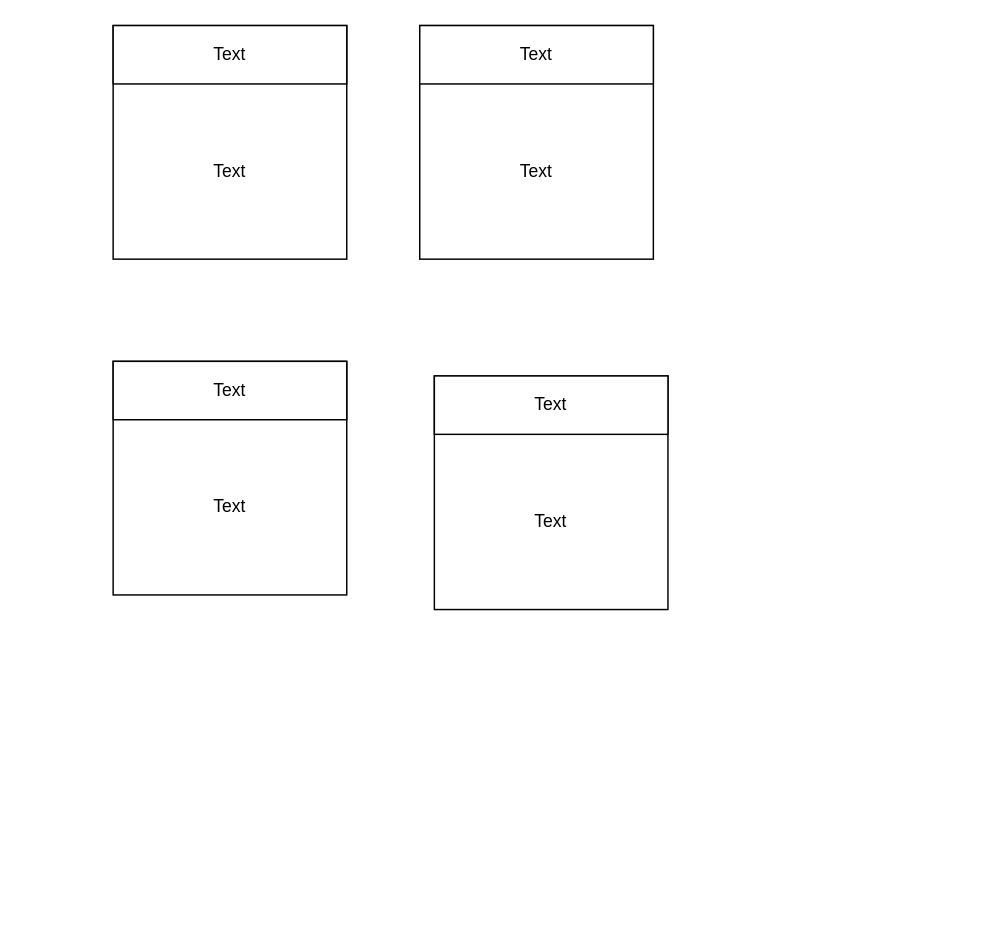
Earlier version of the draw.io diagram Sitemap/Site_map.drawio (TheTimidMew/Vefhonnun_verkefni_6). Source tidied: cells renumbered, new cells numbered last; positions are measured from the earlier drawing's top-left corner, leaving out a move shared by most shapes. Both pictures are drawn from the tidied source at 146%, with x=0, y=0 at pixel (112, 25).
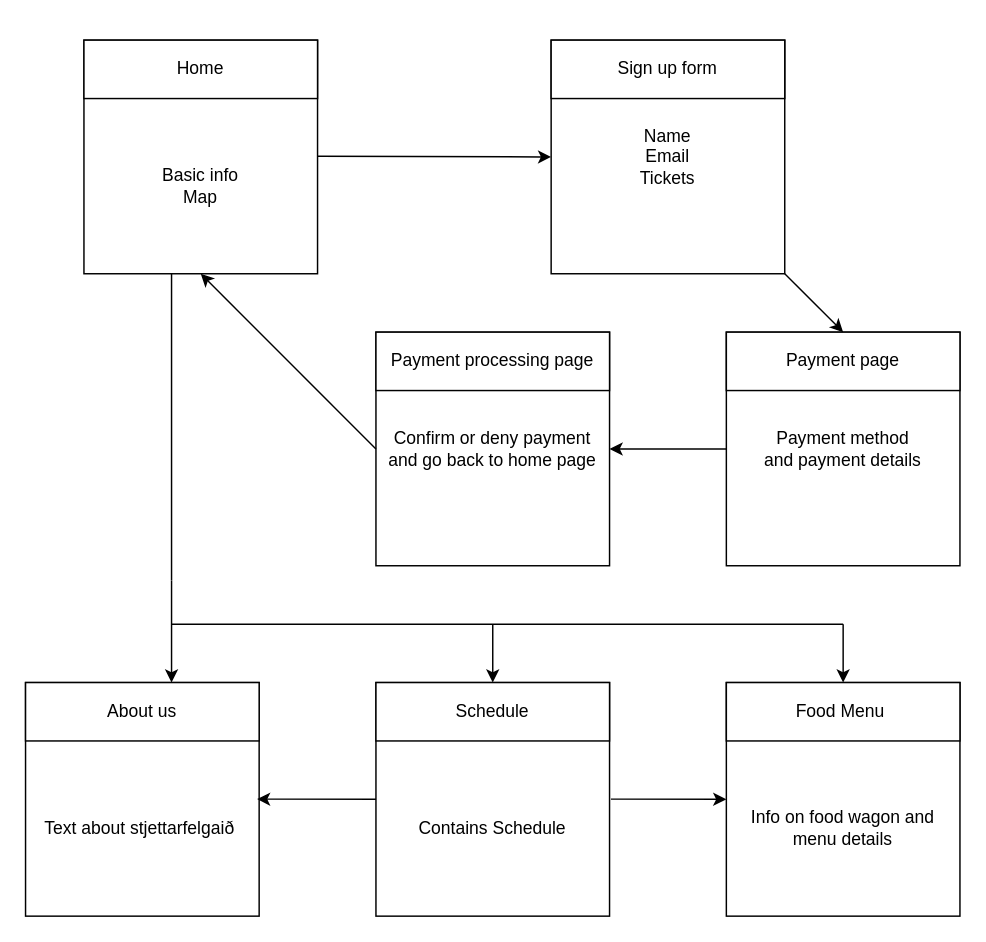
Above is the later version.

Change to the diagram source:
```diff
@@
     <mxCell id="2" style="whiteSpace=wrap;html=1;" parent="1" vertex="1">
-      <mxGeometry width="160" height="160" as="geometry" />
+      <mxGeometry x="-20" y="10" width="160" height="160" as="geometry" />
     </mxCell>
     <mxCell id="3" style="rounded=0;whiteSpace=wrap;html=1;" parent="1" vertex="1">
-      <mxGeometry width="160" height="40" as="geometry" />
+      <mxGeometry x="-20" y="10" width="160" height="40" as="geometry" />
     </mxCell>
-    <mxCell id="4" value="Text" style="text;html=1;align=center;verticalAlign=middle;whiteSpace=wrap;rounded=0;" parent="1" vertex="1">
-      <mxGeometry y="40" width="160" height="120" as="geometry" />
+    <mxCell id="4" value="Basic info&lt;div&gt;Map&lt;/div&gt;" style="text;html=1;align=center;verticalAlign=middle;whiteSpace=wrap;rounded=0;" parent="1" vertex="1">
+      <mxGeometry x="-20" y="50" width="160" height="120" as="geometry" />
     </mxCell>
-    <mxCell id="5" value="Text" style="text;html=1;align=center;verticalAlign=middle;whiteSpace=wrap;rounded=0;" parent="1" vertex="1">
-      <mxGeometry width="160" height="40" as="geometry" />
+    <mxCell id="5" value="Home" style="text;html=1;align=center;verticalAlign=middle;whiteSpace=wrap;rounded=0;" parent="1" vertex="1">
+      <mxGeometry x="-20" y="10" width="160" height="40" as="geometry" />
     </mxCell>
-    <mxCell id="6" style="whiteSpace=wrap;html=1;" parent="1" vertex="1">
-      <mxGeometry x="210" width="160" height="160" as="geometry" />
+    <mxCell id="6" value="Name&lt;div&gt;&lt;span style=&quot;background-color: transparent; color: light-dark(rgb(0, 0, 0), rgb(255, 255, 255));&quot;&gt;Email&lt;/span&gt;&lt;div&gt;&lt;div&gt;&lt;span style=&quot;background-color: transparent; color: light-dark(rgb(0, 0, 0), rgb(255, 255, 255));&quot;&gt;Tickets&lt;/span&gt;&lt;/div&gt;&lt;/div&gt;&lt;/div&gt;" style="whiteSpace=wrap;html=1;" parent="1" vertex="1">
+      <mxGeometry x="300" y="10" width="160" height="160" as="geometry" />
     </mxCell>
-    <mxCell id="7" style="rounded=0;whiteSpace=wrap;html=1;" parent="1" vertex="1">
-      <mxGeometry x="210" width="160" height="40" as="geometry" />
+    <mxCell id="7" value="Sign up form" style="rounded=0;whiteSpace=wrap;html=1;" parent="1" vertex="1">
+      <mxGeometry x="300" y="10" width="160" height="40" as="geometry" />
     </mxCell>
-    <mxCell id="8" value="Text" style="text;html=1;align=center;verticalAlign=middle;whiteSpace=wrap;rounded=0;" parent="1" vertex="1">
-      <mxGeometry x="210" y="40" width="160" height="120" as="geometry" />
-    </mxCell>
-    <mxCell id="9" value="Text" style="text;html=1;align=center;verticalAlign=middle;whiteSpace=wrap;rounded=0;" parent="1" vertex="1">
-      <mxGeometry x="210" width="160" height="40" as="geometry" />
-    </mxCell>
     <mxCell id="10" style="whiteSpace=wrap;html=1;" parent="1" vertex="1">
-      <mxGeometry y="230" width="160" height="160" as="geometry" />
+      <mxGeometry x="-60" y="450" width="160" height="160" as="geometry" />
     </mxCell>
     <mxCell id="11" style="rounded=0;whiteSpace=wrap;html=1;" parent="1" vertex="1">
-      <mxGeometry y="230" width="160" height="40" as="geometry" />
+      <mxGeometry x="-60" y="450" width="160" height="40" as="geometry" />
     </mxCell>
-    <mxCell id="12" value="Text" style="text;html=1;align=center;verticalAlign=middle;whiteSpace=wrap;rounded=0;" parent="1" vertex="1">
-      <mxGeometry y="270" width="160" height="120" as="geometry" />
+    <mxCell id="12" value="Text about stjettarfelgaið&amp;nbsp;" style="text;html=1;align=center;verticalAlign=middle;whiteSpace=wrap;rounded=0;" parent="1" vertex="1">
+      <mxGeometry x="-60" y="490" width="160" height="120" as="geometry" />
     </mxCell>
-    <mxCell id="13" value="Text" style="text;html=1;align=center;verticalAlign=middle;whiteSpace=wrap;rounded=0;" parent="1" vertex="1">
-      <mxGeometry y="230" width="160" height="40" as="geometry" />
+    <mxCell id="13" value="About us" style="text;html=1;align=center;verticalAlign=middle;whiteSpace=wrap;rounded=0;" parent="1" vertex="1">
+      <mxGeometry x="-60" y="450" width="160" height="40" as="geometry" />
     </mxCell>
     <mxCell id="14" style="whiteSpace=wrap;html=1;" parent="1" vertex="1">
-      <mxGeometry x="220" y="240" width="160" height="160" as="geometry" />
+      <mxGeometry x="180" y="450" width="160" height="160" as="geometry" />
     </mxCell>
     <mxCell id="15" style="rounded=0;whiteSpace=wrap;html=1;" parent="1" vertex="1">
-      <mxGeometry x="220" y="240" width="160" height="40" as="geometry" />
+      <mxGeometry x="180" y="450" width="160" height="40" as="geometry" />
     </mxCell>
-    <mxCell id="16" value="Text" style="text;html=1;align=center;verticalAlign=middle;whiteSpace=wrap;rounded=0;" parent="1" vertex="1">
-      <mxGeometry x="220" y="280" width="160" height="120" as="geometry" />
+    <mxCell id="16" value="Contains&amp;nbsp;Schedule" style="text;html=1;align=center;verticalAlign=middle;whiteSpace=wrap;rounded=0;" parent="1" vertex="1">
+      <mxGeometry x="180" y="490" width="160" height="120" as="geometry" />
     </mxCell>
-    <mxCell id="17" value="Text" style="text;html=1;align=center;verticalAlign=middle;whiteSpace=wrap;rounded=0;" parent="1" vertex="1">
-      <mxGeometry x="220" y="240" width="160" height="40" as="geometry" />
+    <mxCell id="17" value="Schedule" style="text;html=1;align=center;verticalAlign=middle;whiteSpace=wrap;rounded=0;" parent="1" vertex="1">
+      <mxGeometry x="180" y="450" width="160" height="40" as="geometry" />
     </mxCell>
+    <mxCell id="18" value="Payment method&lt;div&gt;and payment details&lt;/div&gt;" style="whiteSpace=wrap;html=1;" parent="1" vertex="1">
+      <mxGeometry x="420" y="210" width="160" height="160" as="geometry" />
+    </mxCell>
+    <mxCell id="19" value="Payment page" style="rounded=0;whiteSpace=wrap;html=1;" parent="1" vertex="1">
+      <mxGeometry x="420" y="210" width="160" height="40" as="geometry" />
+    </mxCell>
+    <mxCell id="20" value="Confirm or deny payment and go back to home page" style="whiteSpace=wrap;html=1;" parent="1" vertex="1">
+      <mxGeometry x="180" y="210" width="160" height="160" as="geometry" />
+    </mxCell>
+    <mxCell id="21" value="Payment processing page" style="rounded=0;whiteSpace=wrap;html=1;" parent="1" vertex="1">
+      <mxGeometry x="180" y="210" width="160" height="40" as="geometry" />
+    </mxCell>
+    <mxCell id="22" style="endArrow=classic;html=1;rounded=0;entryX=0;entryY=0.5;entryDx=0;entryDy=0;" parent="1" edge="1" target="6">
+      <mxGeometry relative="1" as="geometry">
+        <mxPoint x="140" y="89.5" as="sourcePoint" />
+      </mxGeometry>
+    </mxCell>
+    <mxCell id="23" style="endArrow=classic;html=1;rounded=0;entryX=0.5;entryY=0;entryDx=0;entryDy=0;" parent="1" edge="1" target="19">
+      <mxGeometry relative="1" as="geometry">
+        <mxPoint x="460" y="170" as="sourcePoint" />
+      </mxGeometry>
+    </mxCell>
+    <mxCell id="24" style="endArrow=classic;html=1;rounded=0;entryX=1;entryY=0.5;entryDx=0;entryDy=0;" parent="1" edge="1" target="20">
+      <mxGeometry relative="1" as="geometry">
+        <mxPoint x="420" y="290" as="sourcePoint" />
+      </mxGeometry>
+    </mxCell>
+    <mxCell id="25" style="endArrow=classic;html=1;rounded=0;entryX=0.5;entryY=1;entryDx=0;entryDy=0;" parent="1" edge="1" target="4">
+      <mxGeometry relative="1" as="geometry">
+        <mxPoint x="180" y="290" as="sourcePoint" />
+        <Array as="points">
+          <mxPoint x="180" y="290" />
+        </Array>
+      </mxGeometry>
+    </mxCell>
+    <mxCell id="26" style="whiteSpace=wrap;html=1;" parent="1" vertex="1">
+      <mxGeometry x="420" y="450" width="160" height="160" as="geometry" />
+    </mxCell>
+    <mxCell id="27" value="Food Menu&amp;nbsp;" style="rounded=0;whiteSpace=wrap;html=1;" parent="1" vertex="1">
+      <mxGeometry x="420" y="450" width="160" height="40" as="geometry" />
+    </mxCell>
+    <mxCell id="28" value="Info on food wagon and menu details" style="text;html=1;align=center;verticalAlign=middle;whiteSpace=wrap;rounded=0;" parent="1" vertex="1">
+      <mxGeometry x="420" y="490" width="160" height="120" as="geometry" />
+    </mxCell>
+    <mxCell id="29" style="endArrow=none;html=1;rounded=0;" parent="1" edge="1">
+      <mxGeometry relative="1" as="geometry">
+        <mxPoint x="40" y="380" as="sourcePoint" />
+        <mxPoint x="40" y="170" as="targetPoint" />
+      </mxGeometry>
+    </mxCell>
+    <mxCell id="30" style="endArrow=classic;html=1;rounded=0;" parent="1" edge="1">
+      <mxGeometry relative="1" as="geometry">
+        <mxPoint x="40" y="380" as="sourcePoint" />
+        <mxPoint x="40" y="450" as="targetPoint" />
+      </mxGeometry>
+    </mxCell>
+    <mxCell id="31" style="endArrow=none;html=1;rounded=0;" parent="1" edge="1">
+      <mxGeometry relative="1" as="geometry">
+        <mxPoint x="40" y="410" as="sourcePoint" />
+        <mxPoint x="500" y="410" as="targetPoint" />
+      </mxGeometry>
+    </mxCell>
+    <mxCell id="32" style="endArrow=classic;html=1;rounded=0;entryX=0.5;entryY=0;entryDx=0;entryDy=0;" parent="1" edge="1" target="17">
+      <mxGeometry relative="1" as="geometry">
+        <mxPoint x="260" y="410" as="sourcePoint" />
+        <Array as="points">
+          <mxPoint x="260" y="410" />
+        </Array>
+      </mxGeometry>
+    </mxCell>
+    <mxCell id="33" style="endArrow=classic;html=1;rounded=0;entryX=0.5;entryY=0;entryDx=0;entryDy=0;" parent="1" edge="1" target="27">
+      <mxGeometry relative="1" as="geometry">
+        <mxPoint x="500" y="410" as="sourcePoint" />
+      </mxGeometry>
+    </mxCell>
+    <mxCell id="34" style="endArrow=classic;html=1;rounded=0;exitX=1.006;exitY=0.332;exitDx=0;exitDy=0;exitPerimeter=0;" parent="1" edge="1" source="16">
+      <mxGeometry relative="1" as="geometry">
+        <mxPoint x="420" y="530" as="targetPoint" />
+      </mxGeometry>
+    </mxCell>
+    <mxCell id="35" style="endArrow=classic;html=1;rounded=0;entryX=0.991;entryY=0.332;entryDx=0;entryDy=0;entryPerimeter=0;" parent="1" edge="1" target="12">
+      <mxGeometry relative="1" as="geometry">
+        <mxPoint x="180" y="530" as="sourcePoint" />
+      </mxGeometry>
+    </mxCell>
```
